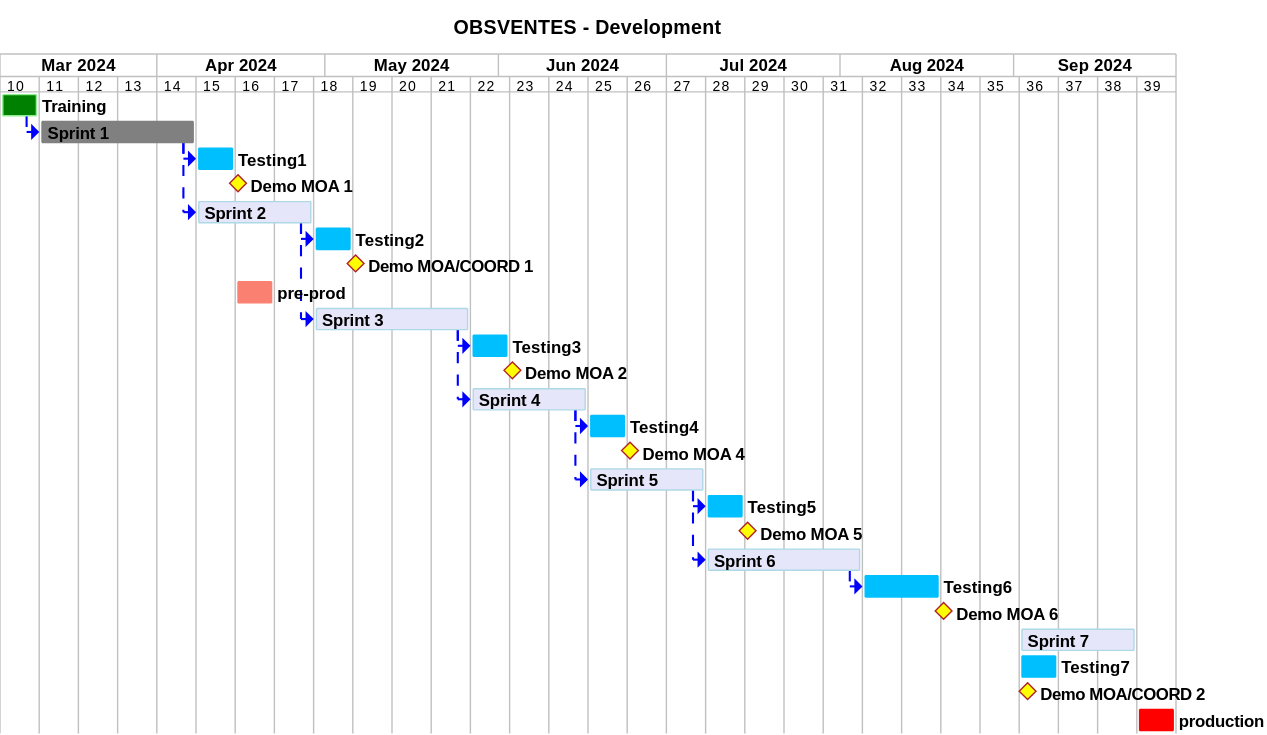
Above: projects/obsvente/not/images/refonte-obsventes-planning-sprints.svg in sumaris-net/sumaris-doc (PlantUML), before the change. Its source is kept beside it as projects/obsvente/not/images/refonte-obsventes-planning-sprints.puml.
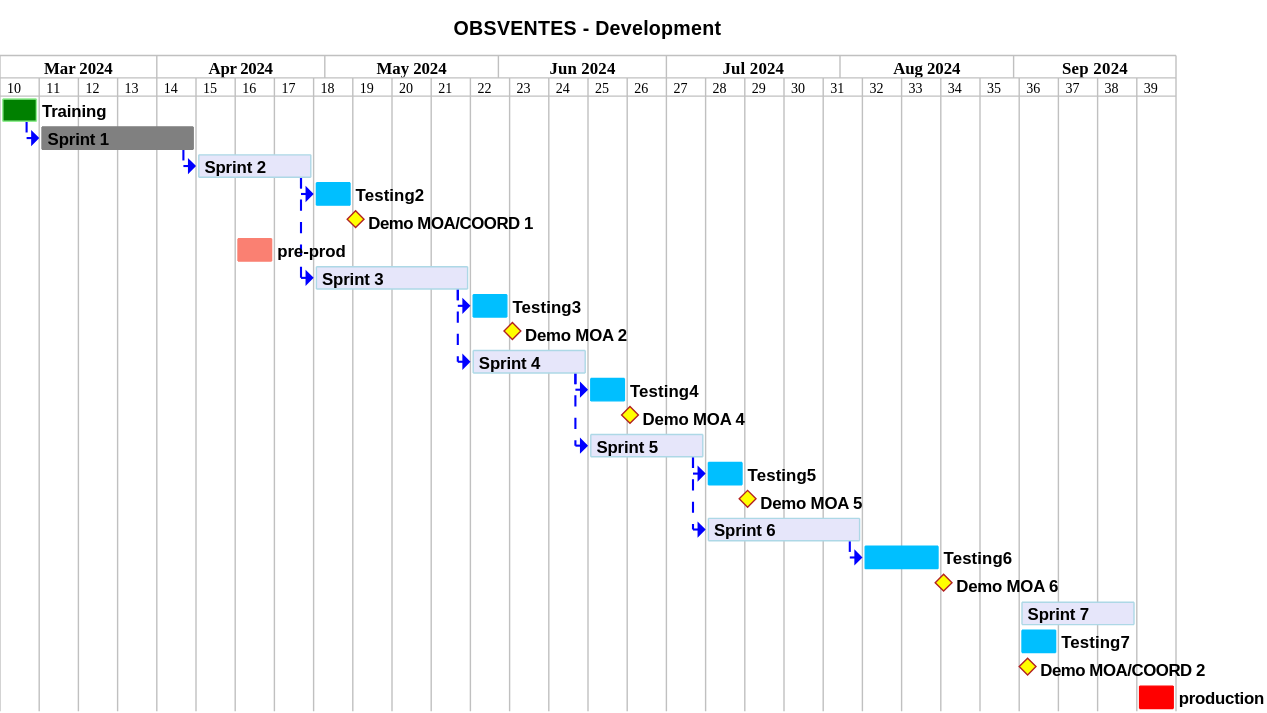
The same file after the commit.

Commit message:
[enh] Projects sprints updated

Change to the diagram source:
```diff
@@ -62,10 +62,6 @@
 [TRAIN1]->[TASK1]
 
 
-[Testing1] requires 1 week
-[TASK1]->[Testing1]
-[Demo MOA 1] happens 1 day after [Testing1]'s end
-
 [Sprint 2] as [TASK2] requires 3 weeks
 [TASK2] is colored in Lavender/LightBlue
 [TASK1]->[TASK2]
```
